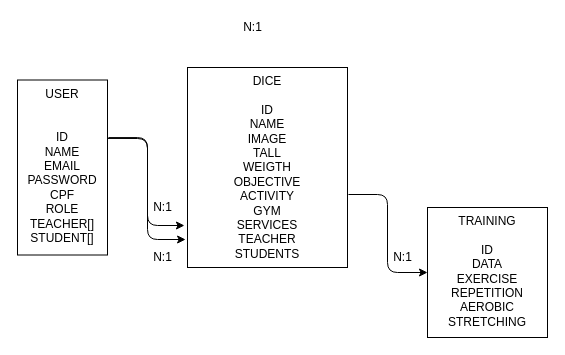
The draw.io diagram search-healthy/esquema.drawio in iuridantas/Search-healthy, before the edit. Source tidied: cells renumbered, new cells numbered last; positions are measured from the earlier drawing's top-left corner, leaving out a move shared by most shapes. Both pictures are drawn from the tidied source at 100%, with x=0, y=0 at pixel (17, 17).
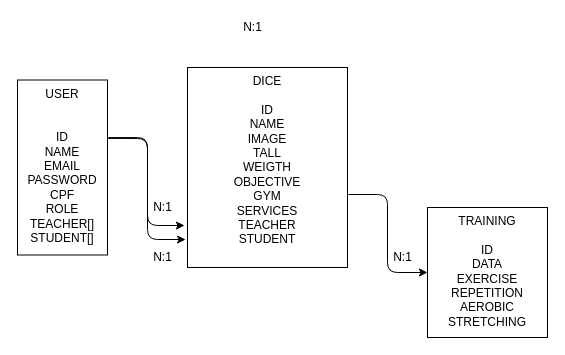
The same page after the edit.

Commit message (it also covers changes not shown here):
feat: implement dice entity

Change to the diagram source:
```diff
@@
 <mxGraphModel>
   <root>
     <mxCell id="0" />
     <mxCell id="1" parent="0" />
     <mxCell id="2" value="N:1" style="text;html=1;align=center;verticalAlign=middle;strokeColor=none;fillColor=none;" parent="1" vertex="1">
       <mxGeometry x="220" width="30" height="20" as="geometry" />
     </mxCell>
     <mxCell id="3" style="edgeStyle=orthogonalEdgeStyle;html=1;exitX=1;exitY=0.334;exitDx=0;exitDy=0;entryX=-0.019;entryY=0.79;entryDx=0;entryDy=0;entryPerimeter=0;exitPerimeter=0;" parent="1" edge="1" source="5" target="7">
       <mxGeometry relative="1" as="geometry" />
     </mxCell>
     <mxCell id="4" style="edgeStyle=orthogonalEdgeStyle;html=1;exitX=1.011;exitY=0.329;exitDx=0;exitDy=0;entryX=-0.012;entryY=0.86;entryDx=0;entryDy=0;entryPerimeter=0;exitPerimeter=0;" parent="1" edge="1" source="5" target="7">
       <mxGeometry relative="1" as="geometry" />
     </mxCell>
     <mxCell id="5" value="USER&lt;br&gt;&lt;br&gt;&lt;br&gt;ID&lt;br&gt;NAME&lt;br&gt;EMAIL&lt;br&gt;PASSWORD&lt;br&gt;CPF&lt;br&gt;ROLE&lt;br&gt;TEACHER[]&lt;br&gt;STUDENT[]" style="rounded=0;whiteSpace=wrap;html=1;fillColor=default;verticalAlign=top;" parent="1" vertex="1">
       <mxGeometry y="62.5" width="90" height="175" as="geometry" />
     </mxCell>
     <mxCell id="6" style="edgeStyle=orthogonalEdgeStyle;html=1;entryX=0;entryY=0.5;entryDx=0;entryDy=0;exitX=1.006;exitY=0.635;exitDx=0;exitDy=0;exitPerimeter=0;" parent="1" edge="1" source="7" target="8">
       <mxGeometry relative="1" as="geometry" />
     </mxCell>
-    <mxCell id="7" value="DICE&lt;br&gt;&lt;br&gt;ID&lt;br&gt;NAME&lt;br&gt;IMAGE&lt;br&gt;TALL&lt;br&gt;WEIGTH&lt;br&gt;OBJECTIVE&lt;br&gt;ACTIVITY&lt;br&gt;GYM&lt;br&gt;SERVICES&lt;br&gt;TEACHER&lt;br&gt;STUDENTS" style="rounded=0;whiteSpace=wrap;html=1;fillColor=default;verticalAlign=top;" parent="1" vertex="1">
+    <mxCell id="7" value="DICE&lt;br&gt;&lt;br&gt;ID&lt;br&gt;NAME&lt;br&gt;IMAGE&lt;br&gt;TALL&lt;br&gt;WEIGTH&lt;br&gt;OBJECTIVE&lt;br&gt;GYM&lt;br&gt;SERVICES&lt;br&gt;TEACHER&lt;br&gt;STUDENT" style="rounded=0;whiteSpace=wrap;html=1;fillColor=default;verticalAlign=top;" parent="1" vertex="1">
       <mxGeometry x="170" y="50" width="160" height="200" as="geometry" />
     </mxCell>
     <mxCell id="8" value="TRAINING&lt;br&gt;&lt;br&gt;ID&lt;br&gt;DATA&lt;br&gt;EXERCISE&lt;br&gt;REPETITION&lt;br&gt;AEROBIC&lt;br&gt;STRETCHING" style="rounded=0;whiteSpace=wrap;html=1;fillColor=default;verticalAlign=top;" parent="1" vertex="1">
       <mxGeometry x="410" y="190" width="120" height="130" as="geometry" />
     </mxCell>
     <mxCell id="9" value="N:1" style="text;html=1;align=center;verticalAlign=middle;strokeColor=none;fillColor=none;" parent="1" vertex="1">
       <mxGeometry x="130" y="180" width="30" height="20" as="geometry" />
     </mxCell>
     <mxCell id="10" value="N:1" style="text;html=1;align=center;verticalAlign=middle;strokeColor=none;fillColor=none;" parent="1" vertex="1">
       <mxGeometry x="130" y="230" width="30" height="20" as="geometry" />
     </mxCell>
     <mxCell id="11" value="N:1" style="text;html=1;align=center;verticalAlign=middle;strokeColor=none;fillColor=none;" parent="1" vertex="1">
       <mxGeometry x="370" y="230" width="30" height="20" as="geometry" />
     </mxCell>
   </root>
 </mxGraphModel>
```
